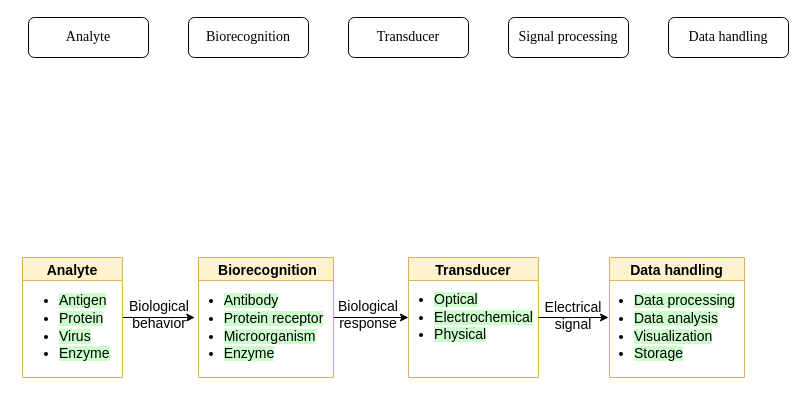
This is biosensor_components.drawio from SamMachariaPhD/modeling_and_simulation, a draw.io file, before an edit. Source tidied: cells renumbered, new cells numbered last; positions are measured from the earlier drawing's top-left corner, leaving out a move shared by most shapes. Both pictures are drawn from the tidied source at 100%, with x=0, y=0 at pixel (17, 17).
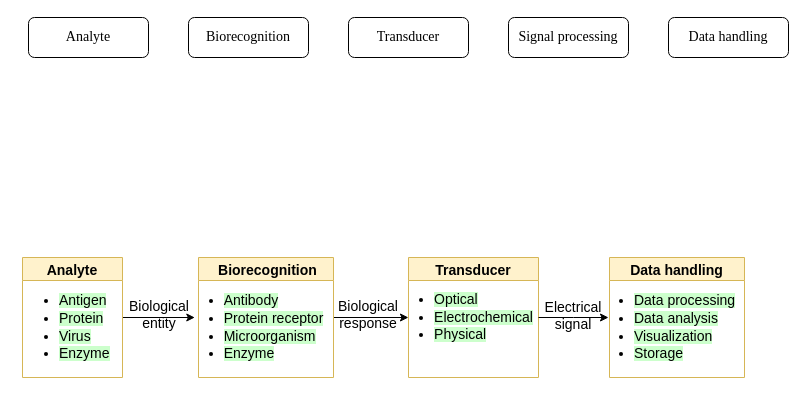
The same diagram, later.

Change to the diagram source:
```diff
@@
-    <mxCell id="17" value="Biological&lt;br&gt;behavior" style="text;html=1;strokeColor=none;fillColor=none;align=center;verticalAlign=middle;whiteSpace=wrap;rounded=0;fontFamily=Helvetica;fontSize=14;" parent="1" vertex="1">
+    <mxCell id="17" value="Biological&lt;br&gt;entity" style="text;html=1;strokeColor=none;fillColor=none;align=center;verticalAlign=middle;whiteSpace=wrap;rounded=0;fontFamily=Helvetica;fontSize=14;" parent="1" vertex="1">
       <mxGeometry x="122" y="287" width="40" height="20" as="geometry" />
     </mxCell>
```
